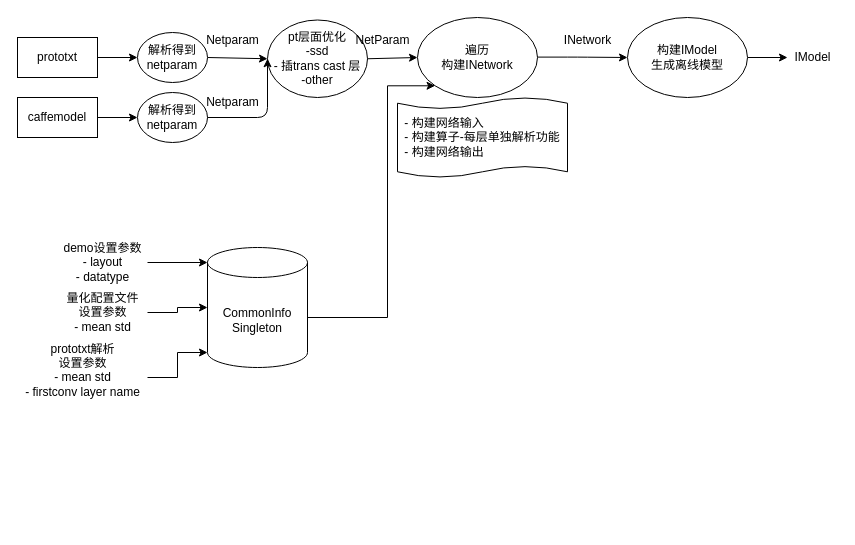
The draw.io diagram Untitled Diagram.drawio in AwesomePH/notes, before the edit. Source tidied: cells renumbered, new cells numbered last; positions are measured from the earlier drawing's top-left corner, leaving out a move shared by most shapes. Both pictures are drawn from the tidied source at 100%, with x=0, y=0 at pixel (17, 17).
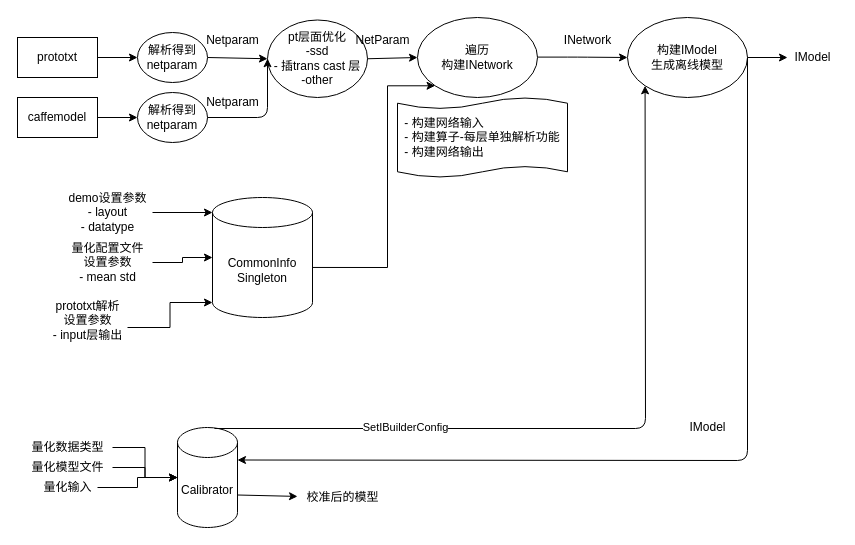
After the change.

Unchanged cells that the change refers to:
```xml
<mxCell id="12" value="遍历&lt;br&gt;构建INetwork" style="ellipse;whiteSpace=wrap;html=1;" parent="1" vertex="1">
  <mxGeometry x="400" width="120" height="80" as="geometry" />
</mxCell>
<mxCell id="20" value="&lt;div&gt;构建IModel&lt;/div&gt;&lt;div&gt;生成离线模型&lt;br&gt;&lt;/div&gt;" style="ellipse;whiteSpace=wrap;html=1;" parent="1" vertex="1">
  <mxGeometry x="610" width="120" height="80" as="geometry" />
</mxCell>
```

The edit, as a diff of the source:
```diff
@@
-    <mxCell id="22" style="edgeStyle=orthogonalEdgeStyle;rounded=0;jettySize=auto;html=1;entryX=0;entryY=1;entryDx=0;entryDy=0;" parent="1" edge="1" source="23" target="12">
+    <mxCell id="22" style="edgeStyle=orthogonalEdgeStyle;rounded=0;jettySize=auto;html=1;entryX=0;entryY=1;entryDx=0;entryDy=0;exitX=1;exitY=0.583;exitDx=0;exitDy=0;exitPerimeter=0;" parent="1" edge="1" source="23" target="12">
       <mxGeometry relative="1" as="geometry">
         <Array as="points">
-          <mxPoint x="370" y="300" />
+          <mxPoint x="370" y="250" />
           <mxPoint x="370" y="68" />
         </Array>
       </mxGeometry>
     </mxCell>
     <mxCell id="23" value="&lt;div&gt;CommonInfo&lt;/div&gt;&lt;div&gt;Singleton&lt;br&gt;&lt;/div&gt;" style="shape=cylinder3;whiteSpace=wrap;html=1;boundedLbl=1;backgroundOutline=1;size=15;" parent="1" vertex="1">
-      <mxGeometry x="190" y="230" width="100" height="120" as="geometry" />
+      <mxGeometry x="195" y="180" width="100" height="120" as="geometry" />
     </mxCell>
@@
     <mxCell id="25" value="&lt;div&gt;demo设置参数&lt;/div&gt;&lt;div&gt;- layout&lt;/div&gt;&lt;div&gt;- datatype&lt;br&gt;&lt;/div&gt;" style="text;html=1;align=center;verticalAlign=middle;points=[];" parent="1" vertex="1">
-      <mxGeometry x="40" y="220" width="90" height="50" as="geometry" />
+      <mxGeometry x="45" y="170" width="90" height="50" as="geometry" />
     </mxCell>
@@
     <mxCell id="27" value="&lt;div&gt;量化配置文件&lt;/div&gt;&lt;div&gt;设置参数&lt;/div&gt;&lt;div&gt;- mean std&lt;br&gt;&lt;/div&gt;" style="text;html=1;align=center;verticalAlign=middle;points=[];" parent="1" vertex="1">
-      <mxGeometry x="40" y="270" width="90" height="50" as="geometry" />
+      <mxGeometry x="45" y="220" width="90" height="50" as="geometry" />
     </mxCell>
@@
-    <mxCell id="29" value="&lt;div&gt;prototxt解析&lt;/div&gt;&lt;div&gt;设置参数&lt;/div&gt;&lt;div&gt;- mean std&lt;/div&gt;&lt;div&gt;- firstconv layer name&lt;/div&gt;&lt;div&gt;&lt;br&gt;&lt;/div&gt;" style="text;html=1;align=center;verticalAlign=middle;points=[];" parent="1" vertex="1">
-      <mxGeometry y="320" width="130" height="80" as="geometry" />
+    <mxCell id="29" value="&lt;div&gt;prototxt解析&lt;/div&gt;&lt;div&gt;设置参数&lt;/div&gt;&lt;div&gt;- input层输出&lt;/div&gt;&lt;div&gt;&lt;br&gt;&lt;/div&gt;" style="text;html=1;align=center;verticalAlign=middle;points=[];" parent="1" vertex="1">
+      <mxGeometry x="30" y="280" width="80" height="60" as="geometry" />
     </mxCell>
+    <mxCell id="30" style="edgeStyle=orthogonalEdgeStyle;rounded=0;jettySize=auto;html=1;" parent="1" edge="1" source="31" target="36">
+      <mxGeometry relative="1" as="geometry" />
+    </mxCell>
+    <mxCell id="31" value="量化数据类型" style="text;html=1;align=center;verticalAlign=middle;points=[];" parent="1" vertex="1">
+      <mxGeometry x="5" y="420" width="90" height="20" as="geometry" />
+    </mxCell>
+    <mxCell id="32" style="edgeStyle=orthogonalEdgeStyle;rounded=0;jettySize=auto;html=1;" parent="1" edge="1" source="33" target="36">
+      <mxGeometry relative="1" as="geometry" />
+    </mxCell>
+    <mxCell id="33" value="量化模型文件" style="text;html=1;align=center;verticalAlign=middle;points=[];" parent="1" vertex="1">
+      <mxGeometry x="5" y="440" width="90" height="20" as="geometry" />
+    </mxCell>
+    <mxCell id="34" style="edgeStyle=orthogonalEdgeStyle;rounded=0;jettySize=auto;html=1;" parent="1" edge="1" source="35" target="36">
+      <mxGeometry relative="1" as="geometry" />
+    </mxCell>
+    <mxCell id="35" value="量化输入" style="text;html=1;align=center;verticalAlign=middle;points=[];" parent="1" vertex="1">
+      <mxGeometry x="20" y="460" width="60" height="20" as="geometry" />
+    </mxCell>
+    <mxCell id="36" value="&lt;div&gt;Calibrator&lt;/div&gt;" style="shape=cylinder3;whiteSpace=wrap;html=1;boundedLbl=1;backgroundOutline=1;size=15;" parent="1" vertex="1">
+      <mxGeometry x="160" y="410" width="60" height="100" as="geometry" />
+    </mxCell>
+    <mxCell id="37" style="endArrow=classic;html=1;entryX=0;entryY=1;entryDx=0;entryDy=0;exitX=0.617;exitY=0.01;exitDx=0;exitDy=0;exitPerimeter=0;" parent="1" edge="1" source="36" target="20">
+      <mxGeometry relative="1" as="geometry">
+        <Array as="points">
+          <mxPoint x="628" y="411" />
+        </Array>
+      </mxGeometry>
+    </mxCell>
+    <mxCell id="38" value="SetIBuilderConfig" style="edgeLabel;html=1;align=center;verticalAlign=middle;" parent="37" vertex="1">
+      <mxGeometry x="-0.51" y="2" relative="1" as="geometry" />
+    </mxCell>
+    <mxCell id="39" style="endArrow=classic;html=1;exitX=1;exitY=0.5;exitDx=0;exitDy=0;entryX=1;entryY=0;entryDx=0;entryDy=32.5;entryPerimeter=0;" parent="1" edge="1" source="20" target="36">
+      <mxGeometry relative="1" as="geometry">
+        <Array as="points">
+          <mxPoint x="730" y="443" />
+        </Array>
+      </mxGeometry>
+    </mxCell>
+    <mxCell id="40" value="&lt;div&gt;IModel&lt;/div&gt;" style="text;html=1;align=center;verticalAlign=middle;" parent="1" vertex="1">
+      <mxGeometry x="665" y="400" width="50" height="20" as="geometry" />
+    </mxCell>
+    <mxCell id="41" style="endArrow=classic;html=1;exitX=1;exitY=0;exitDx=0;exitDy=67.5;exitPerimeter=0;" parent="1" edge="1" source="36" target="42">
+      <mxGeometry relative="1" as="geometry" />
+    </mxCell>
+    <mxCell id="42" value="校准后的模型" style="text;html=1;align=center;verticalAlign=middle;points=[];" parent="1" vertex="1">
+      <mxGeometry x="280" y="470" width="90" height="20" as="geometry" />
+    </mxCell>
```
